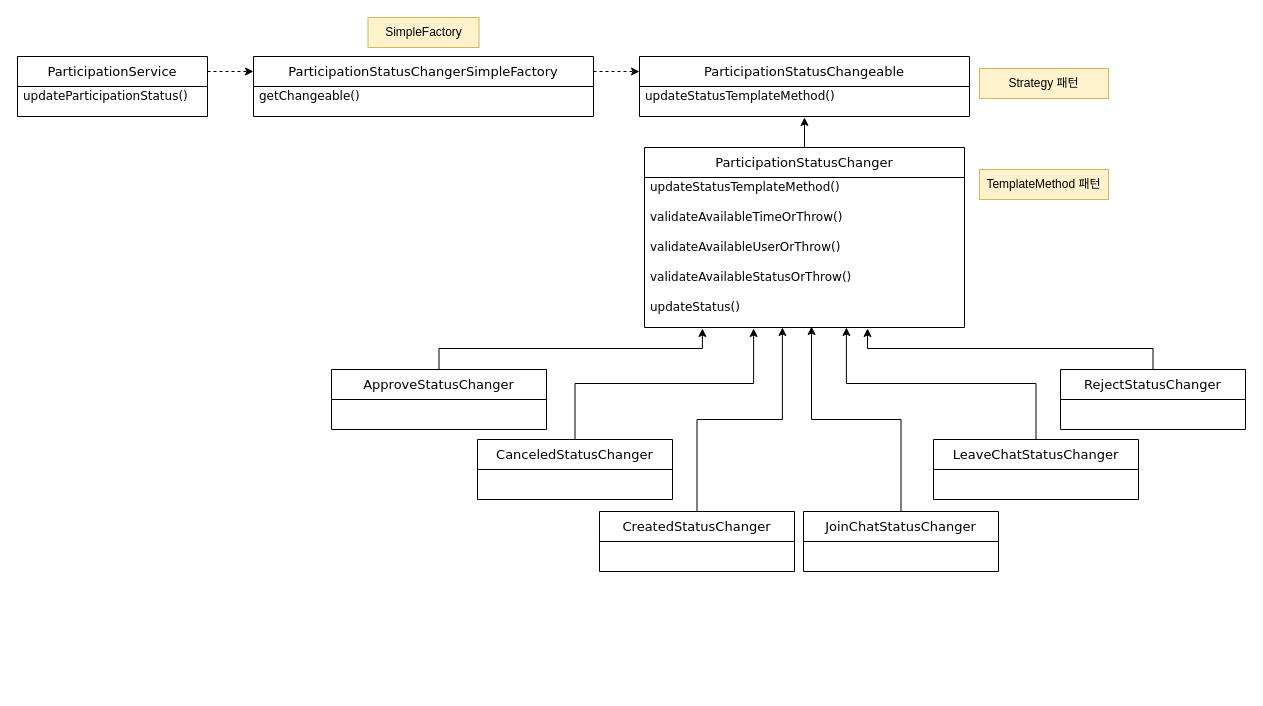
The draw.io diagram ParticipationService.drawio in je-pa/draw, before the edit. Source tidied: cells renumbered, new cells numbered last; positions are measured from the earlier drawing's top-left corner, leaving out a move shared by most shapes. Both pictures are drawn from the tidied source at 100%, with x=0, y=0 at pixel (17, 17).
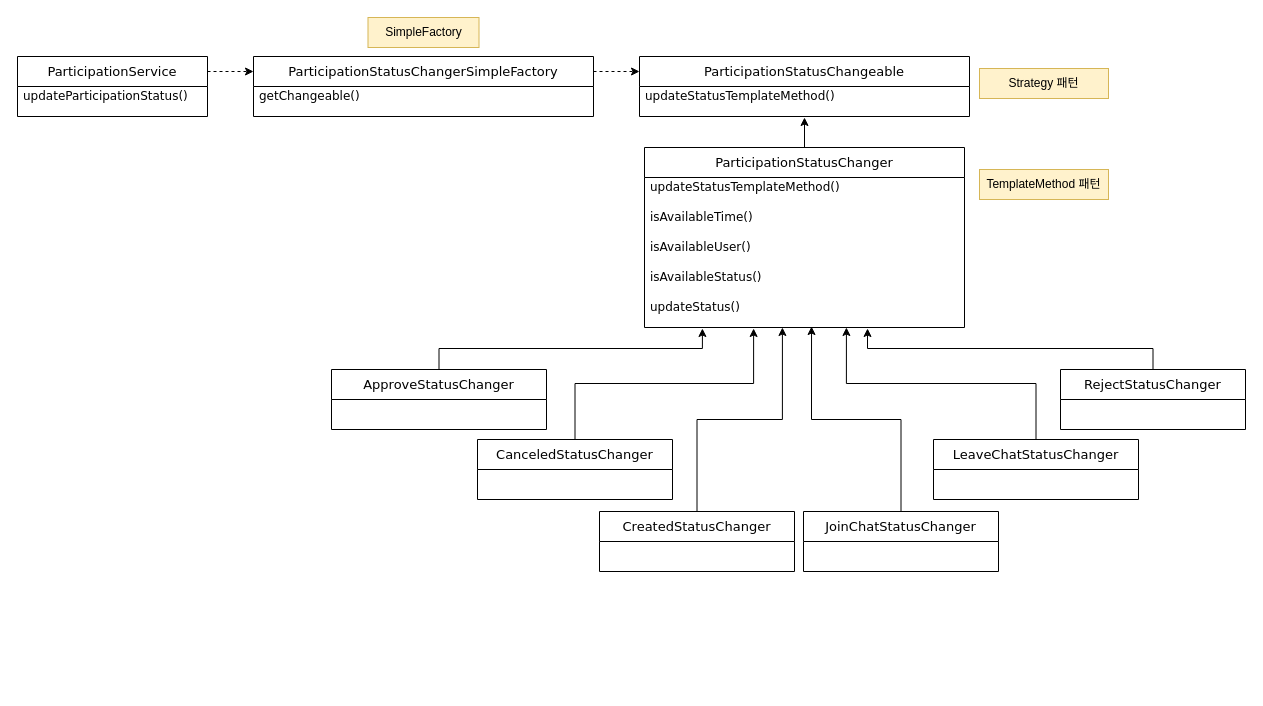
The same diagram, later.

The change refers to these unchanged cells:
```xml
<mxCell id="10" value="&lt;div style=&quot;font-size: 13px;&quot;&gt;&lt;div style=&quot;font-size: 13px;&quot;&gt;&lt;div style=&quot;font-size: 13px;&quot;&gt;ParticipationStatusChanger&lt;/div&gt;&lt;/div&gt;&lt;/div&gt;" style="swimlane;fontStyle=0;horizontal=1;startSize=30;whiteSpace=wrap;html=1;labelBackgroundColor=none;fontColor=default;fontSize=13;fontFamily=Verdana;" parent="1" vertex="1">
  <mxGeometry x="627" y="130" width="320" height="180" as="geometry" />
</mxCell>
```

The edit, as a diff of the source:
```diff
@@
-    <mxCell id="12" value="validateAvailableTimeOrThrow()&lt;div style=&quot;padding: 0px; margin: 0px;&quot;&gt;&lt;br style=&quot;padding: 0px; margin: 0px; text-wrap: nowrap;&quot;&gt;&lt;/div&gt;" style="text;strokeColor=none;fillColor=none;align=left;verticalAlign=middle;spacingLeft=4;spacingRight=4;overflow=hidden;whiteSpace=wrap;html=1;fontFamily=Verdana;" parent="10" vertex="1">
+    <mxCell id="12" value="isAvailableTime()&lt;div style=&quot;padding: 0px; margin: 0px;&quot;&gt;&lt;br style=&quot;padding: 0px; margin: 0px; text-wrap: nowrap;&quot;&gt;&lt;/div&gt;" style="text;strokeColor=none;fillColor=none;align=left;verticalAlign=middle;spacingLeft=4;spacingRight=4;overflow=hidden;whiteSpace=wrap;html=1;fontFamily=Verdana;" parent="10" vertex="1">
       <mxGeometry y="60" width="320" height="30" as="geometry" />
     </mxCell>
-    <mxCell id="13" value="validateAvailableUserOrThrow()&lt;div style=&quot;padding: 0px; margin: 0px;&quot;&gt;&lt;br style=&quot;padding: 0px; margin: 0px; text-wrap: nowrap;&quot;&gt;&lt;/div&gt;" style="text;strokeColor=none;fillColor=none;align=left;verticalAlign=middle;spacingLeft=4;spacingRight=4;overflow=hidden;whiteSpace=wrap;html=1;fontFamily=Verdana;" parent="10" vertex="1">
+    <mxCell id="13" value="isAvailableUser()&lt;div style=&quot;padding: 0px; margin: 0px;&quot;&gt;&lt;br style=&quot;padding: 0px; margin: 0px; text-wrap: nowrap;&quot;&gt;&lt;/div&gt;" style="text;strokeColor=none;fillColor=none;align=left;verticalAlign=middle;spacingLeft=4;spacingRight=4;overflow=hidden;whiteSpace=wrap;html=1;fontFamily=Verdana;" parent="10" vertex="1">
       <mxGeometry y="90" width="320" height="30" as="geometry" />
     </mxCell>
-    <mxCell id="14" value="validateAvailableStatusOrThrow()&lt;div style=&quot;padding: 0px; margin: 0px;&quot;&gt;&lt;br style=&quot;padding: 0px; margin: 0px; text-wrap: nowrap;&quot;&gt;&lt;/div&gt;" style="text;strokeColor=none;fillColor=none;align=left;verticalAlign=middle;spacingLeft=4;spacingRight=4;overflow=hidden;whiteSpace=wrap;html=1;fontFamily=Verdana;" parent="10" vertex="1">
+    <mxCell id="14" value="isAvailableStatus()&lt;div style=&quot;padding: 0px; margin: 0px;&quot;&gt;&lt;br style=&quot;padding: 0px; margin: 0px; text-wrap: nowrap;&quot;&gt;&lt;/div&gt;" style="text;strokeColor=none;fillColor=none;align=left;verticalAlign=middle;spacingLeft=4;spacingRight=4;overflow=hidden;whiteSpace=wrap;html=1;fontFamily=Verdana;" parent="10" vertex="1">
       <mxGeometry y="120" width="320" height="30" as="geometry" />
     </mxCell>
```
